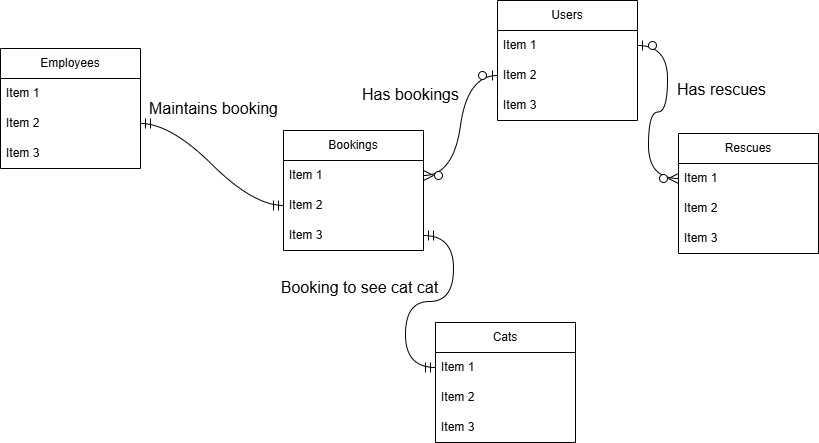
This is week4/Conceptual ERD.drawio.png from IlliaStefanovskyi/WebDevFinalProject, a draw.io export, as it was before one commit. Source tidied: cells renumbered, new cells last; positions are measured from the earlier drawing's top-left corner, leaving out a move shared by most shapes.
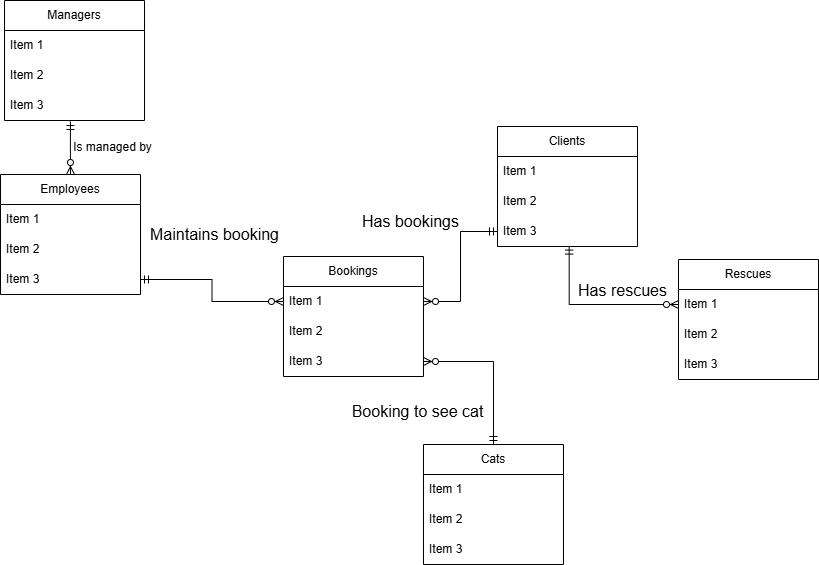
After the commit.

What changed in the source:
```diff
@@ -3,7 +3,7 @@
     <mxCell id="0" />
     <mxCell id="1" parent="0" />
     <mxCell id="2" value="Cats" style="swimlane;fontStyle=0;horizontal=1;startSize=30;whiteSpace=wrap;html=1;" parent="1" vertex="1">
-      <mxGeometry x="435" y="322" width="140" height="120" as="geometry" />
+      <mxGeometry x="423" y="318" width="140" height="120" as="geometry" />
     </mxCell>
     <mxCell id="3" value="Item 1" style="text;strokeColor=none;fillColor=none;align=left;verticalAlign=middle;spacingLeft=4;spacingRight=4;overflow=hidden;points=[[0,0.5],[1,0.5]];portConstraint=eastwest;whiteSpace=wrap;html=1;" parent="2" vertex="1">
       <mxGeometry y="30" width="140" height="30" as="geometry" />
@@ -14,7 +14,7 @@
     <mxCell id="5" value="Item 3" style="text;strokeColor=none;fillColor=none;align=left;verticalAlign=middle;spacingLeft=4;spacingRight=4;overflow=hidden;whiteSpace=wrap;html=1;" parent="2" vertex="1">
       <mxGeometry y="90" width="140" height="30" as="geometry" />
     </mxCell>
-    <mxCell id="6" value="Users" style="swimlane;fontStyle=0;horizontal=1;startSize=30;whiteSpace=wrap;html=1;" parent="1" vertex="1">
+    <mxCell id="6" value="Clients" style="swimlane;fontStyle=0;horizontal=1;startSize=30;whiteSpace=wrap;html=1;" parent="1" vertex="1">
       <mxGeometry x="497" width="140" height="120" as="geometry" />
     </mxCell>
     <mxCell id="7" value="Item 1" style="text;strokeColor=none;fillColor=none;align=left;verticalAlign=middle;spacingLeft=4;spacingRight=4;overflow=hidden;points=[[0,0.5],[1,0.5]];portConstraint=eastwest;whiteSpace=wrap;html=1;" parent="6" vertex="1">
@@ -62,32 +62,50 @@
     <mxCell id="21" value="Item 3" style="text;strokeColor=none;fillColor=none;align=left;verticalAlign=middle;spacingLeft=4;spacingRight=4;overflow=hidden;points=[[0,0.5],[1,0.5]];portConstraint=eastwest;whiteSpace=wrap;html=1;" parent="18" vertex="1">
       <mxGeometry y="90" width="140" height="30" as="geometry" />
     </mxCell>
-    <mxCell id="22" style="edgeStyle=entityRelationEdgeStyle;fontSize=12;html=1;endArrow=ERzeroToMany;startArrow=ERzeroToOne;rounded=0;startSize=8;endSize=8;curved=1;exitX=0;exitY=0.5;exitDx=0;exitDy=0;entryX=1;entryY=0.5;entryDx=0;entryDy=0;" parent="1" edge="1" source="8" target="11">
-      <mxGeometry relative="1" as="geometry" />
-    </mxCell>
     <mxCell id="23" value="Has bookings" style="text;html=1;align=center;verticalAlign=middle;strokeColor=none;fillColor=none;fontSize=16;" parent="1" vertex="1">
       <mxGeometry x="352" y="79" width="115" height="31" as="geometry" />
     </mxCell>
-    <mxCell id="24" style="edgeStyle=entityRelationEdgeStyle;fontSize=12;html=1;endArrow=ERmandOne;startArrow=ERmandOne;rounded=0;startSize=8;endSize=8;curved=1;exitX=1;exitY=0.5;exitDx=0;exitDy=0;entryX=0;entryY=0.5;entryDx=0;entryDy=0;" parent="1" edge="1" source="13" target="3">
-      <mxGeometry relative="1" as="geometry" />
-    </mxCell>
     <mxCell id="25" style="edgeStyle=none;curved=1;rounded=0;orthogonalLoop=1;jettySize=auto;html=1;exitX=0.5;exitY=0;exitDx=0;exitDy=0;fontSize=12;startSize=8;endSize=8;" parent="1" edge="1" source="2" target="2">
       <mxGeometry relative="1" as="geometry" />
     </mxCell>
-    <mxCell id="26" value="Booking to see cat cat" style="text;html=1;align=center;verticalAlign=middle;strokeColor=none;fillColor=none;fontSize=16;" parent="1" vertex="1">
-      <mxGeometry x="271" y="271" width="175" height="31" as="geometry" />
+    <mxCell id="26" value="Booking to see cat" style="text;html=1;align=center;verticalAlign=middle;strokeColor=none;fillColor=none;fontSize=16;" parent="1" vertex="1">
+      <mxGeometry x="342" y="269" width="150" height="31" as="geometry" />
     </mxCell>
-    <mxCell id="27" style="edgeStyle=entityRelationEdgeStyle;fontSize=12;html=1;endArrow=ERzeroToMany;startArrow=ERzeroToOne;rounded=0;startSize=8;endSize=8;curved=1;exitX=1;exitY=0.5;exitDx=0;exitDy=0;entryX=0;entryY=0.5;entryDx=0;entryDy=0;" parent="1" edge="1" source="7" target="15">
-      <mxGeometry relative="1" as="geometry" />
-    </mxCell>
     <mxCell id="28" value="Has rescues" style="text;html=1;align=center;verticalAlign=middle;strokeColor=none;fillColor=none;fontSize=16;" parent="1" vertex="1">
-      <mxGeometry x="667" y="73" width="107" height="31" as="geometry" />
+      <mxGeometry x="568" y="148" width="107" height="31" as="geometry" />
     </mxCell>
-    <mxCell id="29" style="edgeStyle=entityRelationEdgeStyle;fontSize=12;html=1;endArrow=ERmandOne;startArrow=ERmandOne;rounded=0;startSize=8;endSize=8;curved=1;entryX=0;entryY=0.5;entryDx=0;entryDy=0;exitX=1;exitY=0.5;exitDx=0;exitDy=0;" parent="1" edge="1" source="20" target="12">
-      <mxGeometry relative="1" as="geometry" />
-    </mxCell>
     <mxCell id="30" value="Maintains booking" style="text;html=1;align=center;verticalAlign=middle;strokeColor=none;fillColor=none;fontSize=16;" parent="1" vertex="1">
       <mxGeometry x="140" y="92.5" width="147" height="31" as="geometry" />
     </mxCell>
+    <mxCell id="31" value="Managers" style="swimlane;fontStyle=0;horizontal=1;startSize=30;whiteSpace=wrap;html=1;" parent="1" vertex="1">
+      <mxGeometry x="4" y="-126" width="140" height="120" as="geometry" />
+    </mxCell>
+    <mxCell id="32" value="Item 1" style="text;strokeColor=none;fillColor=none;align=left;verticalAlign=middle;spacingLeft=4;spacingRight=4;overflow=hidden;whiteSpace=wrap;html=1;" parent="31" vertex="1">
+      <mxGeometry y="30" width="140" height="30" as="geometry" />
+    </mxCell>
+    <mxCell id="33" value="Item 2" style="text;strokeColor=none;fillColor=none;align=left;verticalAlign=middle;spacingLeft=4;spacingRight=4;overflow=hidden;whiteSpace=wrap;html=1;" parent="31" vertex="1">
+      <mxGeometry y="60" width="140" height="30" as="geometry" />
+    </mxCell>
+    <mxCell id="34" value="Item 3" style="text;strokeColor=none;fillColor=none;align=left;verticalAlign=middle;spacingLeft=4;spacingRight=4;overflow=hidden;points=[[0,0.5],[1,0.5]];portConstraint=eastwest;whiteSpace=wrap;html=1;" parent="31" vertex="1">
+      <mxGeometry y="90" width="140" height="30" as="geometry" />
+    </mxCell>
+    <mxCell id="35" style="edgeStyle=orthogonalEdgeStyle;fontSize=12;html=1;endArrow=ERzeroToMany;startArrow=ERmandOne;rounded=0;entryX=0.5;entryY=0;entryDx=0;entryDy=0;exitX=0.471;exitY=1.033;exitDx=0;exitDy=0;exitPerimeter=0;" parent="1" edge="1" source="34" target="18">
+      <mxGeometry relative="1" as="geometry" />
+    </mxCell>
+    <mxCell id="36" style="edgeStyle=orthogonalEdgeStyle;fontSize=12;html=1;endArrow=ERzeroToMany;startArrow=ERmandOne;rounded=0;entryX=0;entryY=0.5;entryDx=0;entryDy=0;exitX=0.512;exitY=0.986;exitDx=0;exitDy=0;exitPerimeter=0;" parent="1" edge="1" source="9" target="15">
+      <mxGeometry relative="1" as="geometry" />
+    </mxCell>
+    <mxCell id="37" style="edgeStyle=orthogonalEdgeStyle;fontSize=12;html=1;endArrow=ERzeroToMany;startArrow=ERmandOne;rounded=0;entryX=1;entryY=0.5;entryDx=0;entryDy=0;exitX=0.5;exitY=0;exitDx=0;exitDy=0;" parent="1" edge="1" source="2" target="13">
+      <mxGeometry relative="1" as="geometry" />
+    </mxCell>
+    <mxCell id="38" style="edgeStyle=orthogonalEdgeStyle;fontSize=12;html=1;endArrow=ERzeroToMany;startArrow=ERmandOne;rounded=0;exitX=1;exitY=0.5;exitDx=0;exitDy=0;entryX=0;entryY=0.5;entryDx=0;entryDy=0;" parent="1" edge="1" source="21" target="11">
+      <mxGeometry relative="1" as="geometry" />
+    </mxCell>
+    <mxCell id="39" style="edgeStyle=orthogonalEdgeStyle;fontSize=12;html=1;endArrow=ERzeroToMany;startArrow=ERmandOne;rounded=0;entryX=1;entryY=0.5;entryDx=0;entryDy=0;exitX=0;exitY=0.5;exitDx=0;exitDy=0;" parent="1" edge="1" source="9" target="11">
+      <mxGeometry relative="1" as="geometry" />
+    </mxCell>
+    <mxCell id="40" value="Is managed by" style="text;html=1;align=center;verticalAlign=middle;strokeColor=none;fillColor=none;" parent="1" vertex="1">
+      <mxGeometry x="63" y="8" width="97" height="26" as="geometry" />
+    </mxCell>
   </root>
 </mxGraphModel>
```
